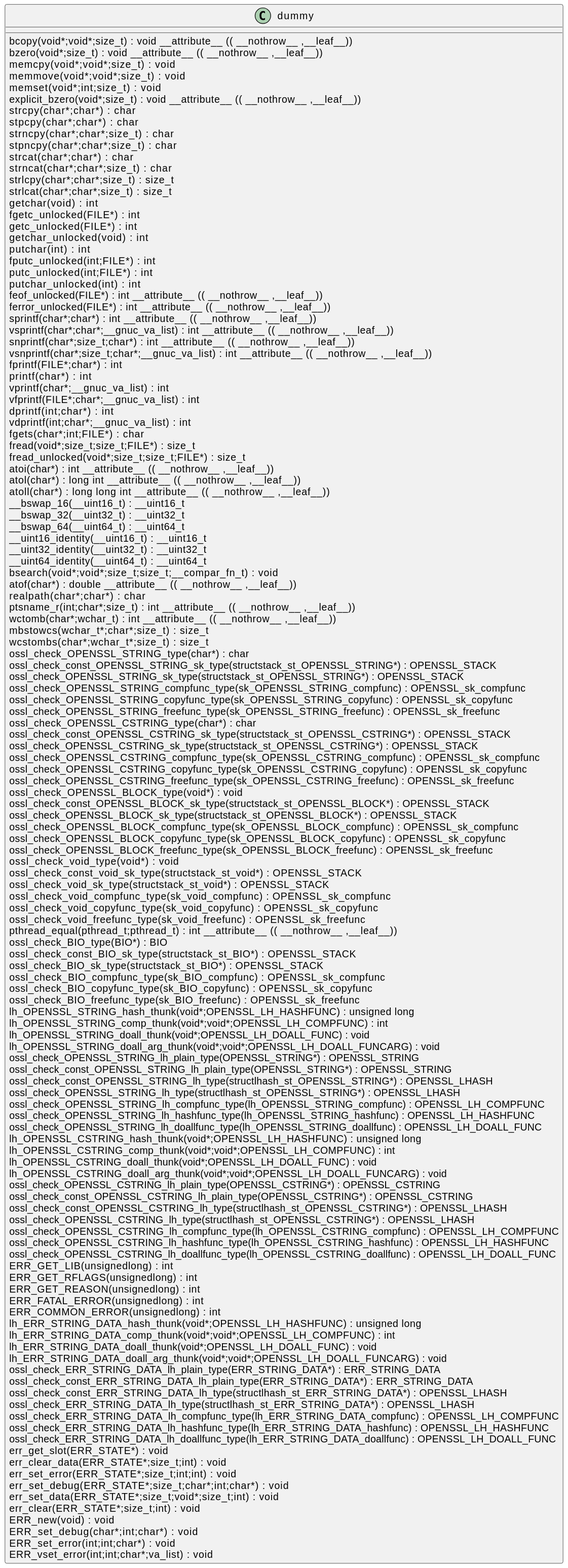
The PlantUML diagram docs/qc/crypto/err/err_blocks.c.svg in qualitesys/openssl, before a commit.
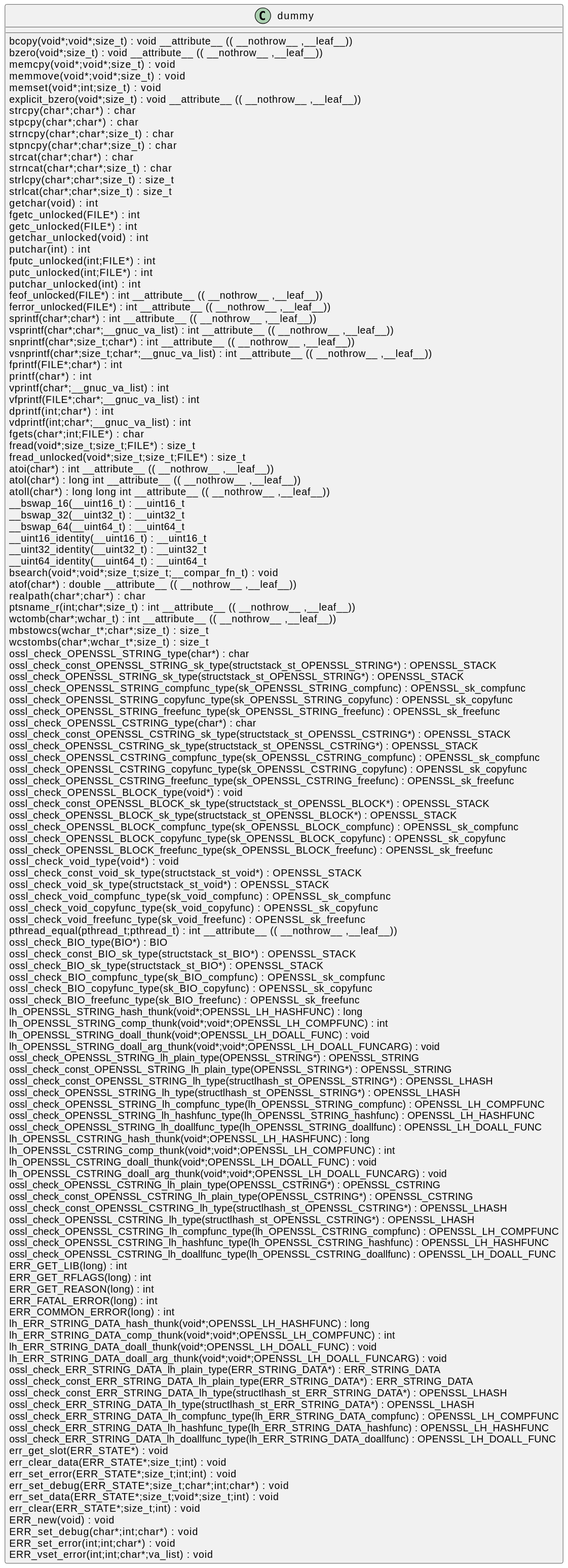
After the change.

Diff of the diagram source:
```diff
@@ -85,7 +85,7 @@
 ossl_check_BIO_compfunc_type(sk_BIO_compfunc) : OPENSSL_sk_compfunc [[[./../../.././qc/crypto/err/err_blocks.c.html#1]]]
 ossl_check_BIO_copyfunc_type(sk_BIO_copyfunc) : OPENSSL_sk_copyfunc [[[./../../.././qc/crypto/err/err_blocks.c.html#1]]]
 ossl_check_BIO_freefunc_type(sk_BIO_freefunc) : OPENSSL_sk_freefunc [[[./../../.././qc/crypto/err/err_blocks.c.html#1]]]
-lh_OPENSSL_STRING_hash_thunk(void*;OPENSSL_LH_HASHFUNC) :  unsigned  long  [[[./../../.././qc/crypto/err/err_blocks.c.html#1]]]
+lh_OPENSSL_STRING_hash_thunk(void*;OPENSSL_LH_HASHFUNC) :  long  [[[./../../.././qc/crypto/err/err_blocks.c.html#1]]]
 lh_OPENSSL_STRING_comp_thunk(void*;void*;OPENSSL_LH_COMPFUNC) :  int  [[[./../../.././qc/crypto/err/err_blocks.c.html#1]]]
 lh_OPENSSL_STRING_doall_thunk(void*;OPENSSL_LH_DOALL_FUNC) :  void  [[[./../../.././qc/crypto/err/err_blocks.c.html#1]]]
 lh_OPENSSL_STRING_doall_arg_thunk(void*;void*;OPENSSL_LH_DOALL_FUNCARG) :  void  [[[./../../.././qc/crypto/err/err_blocks.c.html#1]]]
@@ -96,7 +96,7 @@
 ossl_check_OPENSSL_STRING_lh_compfunc_type(lh_OPENSSL_STRING_compfunc) : OPENSSL_LH_COMPFUNC [[[./../../.././qc/crypto/err/err_blocks.c.html#1]]]
 ossl_check_OPENSSL_STRING_lh_hashfunc_type(lh_OPENSSL_STRING_hashfunc) : OPENSSL_LH_HASHFUNC [[[./../../.././qc/crypto/err/err_blocks.c.html#1]]]
 ossl_check_OPENSSL_STRING_lh_doallfunc_type(lh_OPENSSL_STRING_doallfunc) : OPENSSL_LH_DOALL_FUNC [[[./../../.././qc/crypto/err/err_blocks.c.html#1]]]
-lh_OPENSSL_CSTRING_hash_thunk(void*;OPENSSL_LH_HASHFUNC) :  unsigned  long  [[[./../../.././qc/crypto/err/err_blocks.c.html#1]]]
+lh_OPENSSL_CSTRING_hash_thunk(void*;OPENSSL_LH_HASHFUNC) :  long  [[[./../../.././qc/crypto/err/err_blocks.c.html#1]]]
 lh_OPENSSL_CSTRING_comp_thunk(void*;void*;OPENSSL_LH_COMPFUNC) :  int  [[[./../../.././qc/crypto/err/err_blocks.c.html#1]]]
 lh_OPENSSL_CSTRING_doall_thunk(void*;OPENSSL_LH_DOALL_FUNC) :  void  [[[./../../.././qc/crypto/err/err_blocks.c.html#1]]]
 lh_OPENSSL_CSTRING_doall_arg_thunk(void*;void*;OPENSSL_LH_DOALL_FUNCARG) :  void  [[[./../../.././qc/crypto/err/err_blocks.c.html#1]]]
@@ -107,12 +107,12 @@
 ossl_check_OPENSSL_CSTRING_lh_compfunc_type(lh_OPENSSL_CSTRING_compfunc) : OPENSSL_LH_COMPFUNC [[[./../../.././qc/crypto/err/err_blocks.c.html#1]]]
 ossl_check_OPENSSL_CSTRING_lh_hashfunc_type(lh_OPENSSL_CSTRING_hashfunc) : OPENSSL_LH_HASHFUNC [[[./../../.././qc/crypto/err/err_blocks.c.html#1]]]
 ossl_check_OPENSSL_CSTRING_lh_doallfunc_type(lh_OPENSSL_CSTRING_doallfunc) : OPENSSL_LH_DOALL_FUNC [[[./../../.././qc/crypto/err/err_blocks.c.html#1]]]
-ERR_GET_LIB(unsignedlong) :  int  [[[./../../.././qc/crypto/err/err_blocks.c.html#1]]]
-ERR_GET_RFLAGS(unsignedlong) :  int  [[[./../../.././qc/crypto/err/err_blocks.c.html#1]]]
-ERR_GET_REASON(unsignedlong) :  int  [[[./../../.././qc/crypto/err/err_blocks.c.html#1]]]
-ERR_FATAL_ERROR(unsignedlong) :  int  [[[./../../.././qc/crypto/err/err_blocks.c.html#1]]]
-ERR_COMMON_ERROR(unsignedlong) :  int  [[[./../../.././qc/crypto/err/err_blocks.c.html#1]]]
-lh_ERR_STRING_DATA_hash_thunk(void*;OPENSSL_LH_HASHFUNC) :  unsigned  long  [[[./../../.././qc/crypto/err/err_blocks.c.html#1]]]
+ERR_GET_LIB(long) :  int  [[[./../../.././qc/crypto/err/err_blocks.c.html#1]]]
+ERR_GET_RFLAGS(long) :  int  [[[./../../.././qc/crypto/err/err_blocks.c.html#1]]]
+ERR_GET_REASON(long) :  int  [[[./../../.././qc/crypto/err/err_blocks.c.html#1]]]
+ERR_FATAL_ERROR(long) :  int  [[[./../../.././qc/crypto/err/err_blocks.c.html#1]]]
+ERR_COMMON_ERROR(long) :  int  [[[./../../.././qc/crypto/err/err_blocks.c.html#1]]]
+lh_ERR_STRING_DATA_hash_thunk(void*;OPENSSL_LH_HASHFUNC) :  long  [[[./../../.././qc/crypto/err/err_blocks.c.html#1]]]
 lh_ERR_STRING_DATA_comp_thunk(void*;void*;OPENSSL_LH_COMPFUNC) :  int  [[[./../../.././qc/crypto/err/err_blocks.c.html#1]]]
 lh_ERR_STRING_DATA_doall_thunk(void*;OPENSSL_LH_DOALL_FUNC) :  void  [[[./../../.././qc/crypto/err/err_blocks.c.html#1]]]
 lh_ERR_STRING_DATA_doall_arg_thunk(void*;void*;OPENSSL_LH_DOALL_FUNCARG) :  void  [[[./../../.././qc/crypto/err/err_blocks.c.html#1]]]
```
